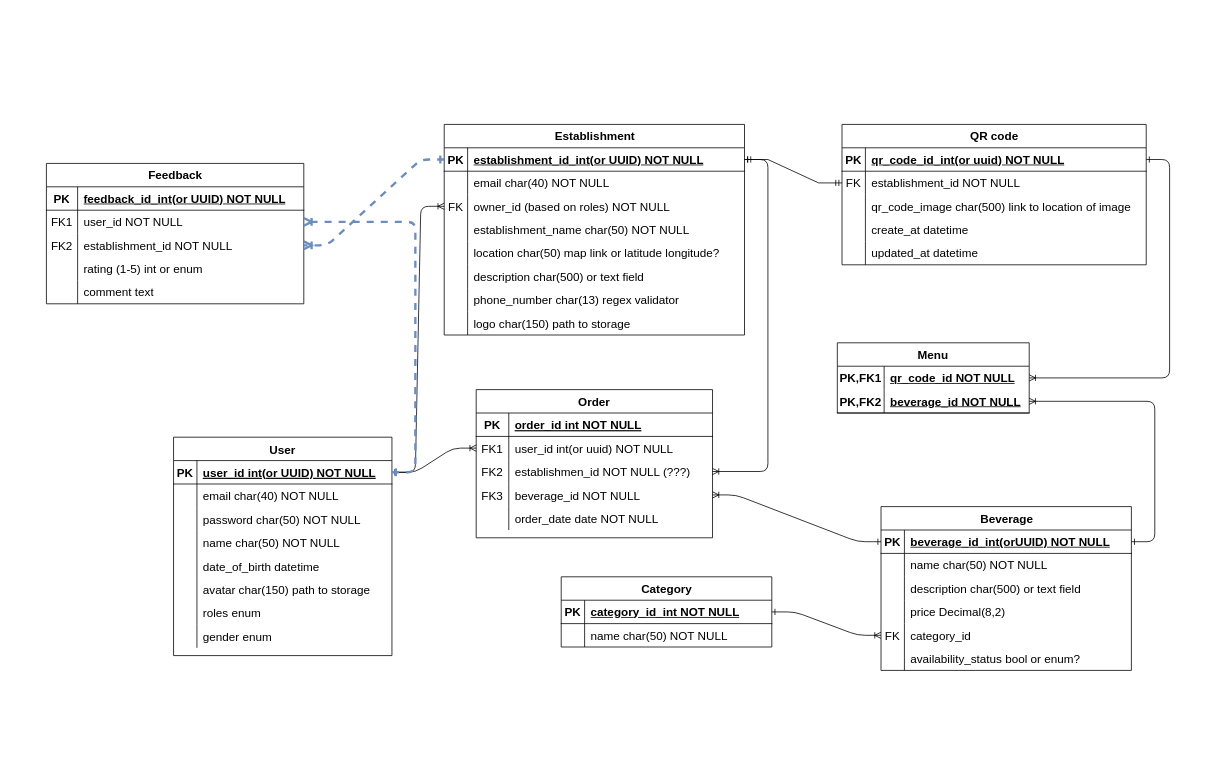
The draw.io diagram entities.drawio in Reviro-Spring-TechStart2024-T1/backend, before the edit. Source tidied: cells renumbered, new cells numbered last; positions are measured from the earlier drawing's top-left corner, leaving out a move shared by most shapes. Both pictures are drawn from the tidied source at 78%, with x=0, y=0 at pixel (46, 124).
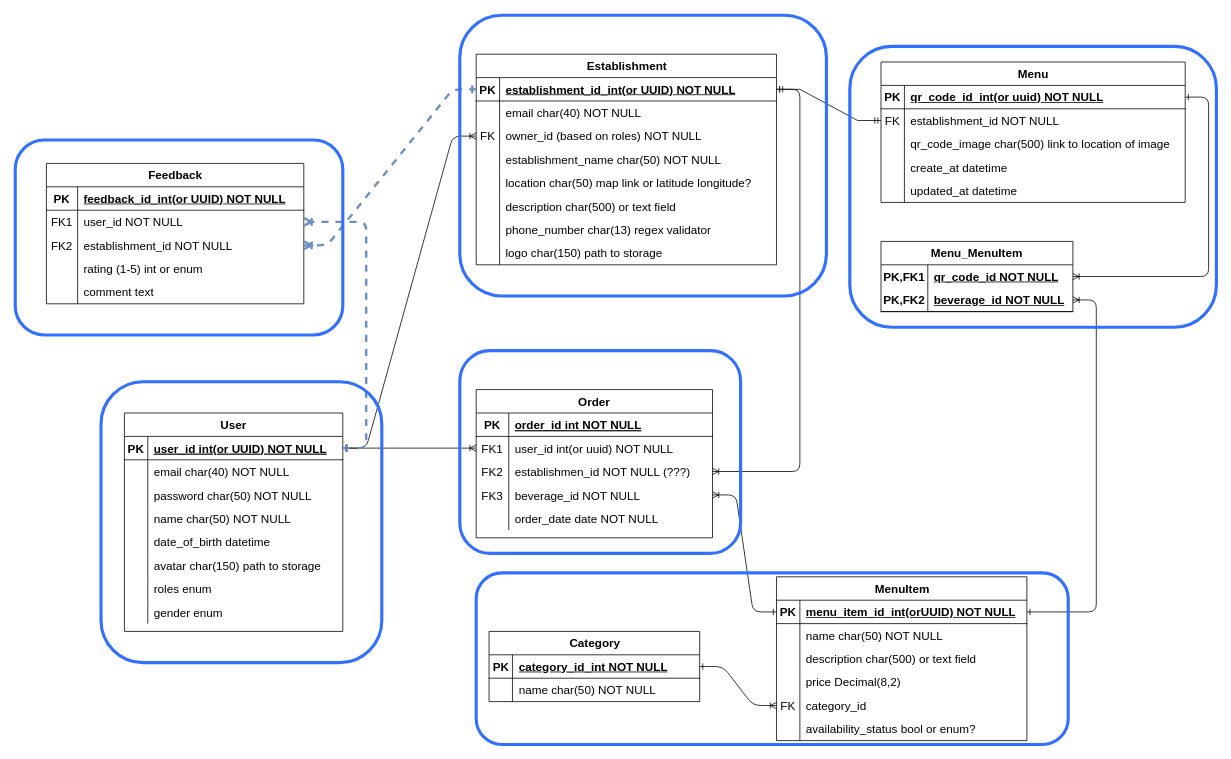
The same diagram, later.

Unchanged cells that the change refers to:
```xml
<mxCell id="71" style="shape=tableRow;horizontal=0;startSize=0;swimlaneHead=0;swimlaneBody=0;fillColor=none;points=[[0,0.5],[1,0.5]];portConstraint=eastwest;top=0;left=0;right=0;bottom=1;fontSize=15;" parent="70" vertex="1">
  <mxGeometry y="30" width="321" height="30" as="geometry" />
</mxCell>
```

The edit, as a diff of the source:
```diff
@@
     <mxCell id="20" value="User" style="shape=table;startSize=30;childLayout=tableLayout;rowLines=0;fontStyle=1;align=center;fontSize=15;" parent="1" vertex="1">
-      <mxGeometry x="163" y="401" width="280" height="280" as="geometry" />
+      <mxGeometry x="100" y="370" width="280" height="280" as="geometry" />
     </mxCell>
@@
     <mxCell id="45" value="Establishment" style="shape=table;startSize=30;childLayout=tableLayout;rowLines=0;fontStyle=1;align=center;html=1;fontSize=15;" parent="1" vertex="1">
-      <mxGeometry x="510" width="385" height="270" as="geometry" />
+      <mxGeometry x="551" y="-90" width="385" height="270" as="geometry" />
     </mxCell>
@@
-    <mxCell id="70" value="Beverage" style="shape=table;startSize=30;childLayout=tableLayout;rowLines=0;fontStyle=1;align=center;html=1;fontSize=15;" parent="1" vertex="1">
-      <mxGeometry x="1070" y="490" width="321" height="210" as="geometry" />
+    <mxCell id="70" value="MenuItem" style="shape=table;startSize=30;childLayout=tableLayout;rowLines=0;fontStyle=1;align=center;html=1;fontSize=15;" parent="1" vertex="1">
+      <mxGeometry x="936" y="580" width="321" height="210" as="geometry" />
     </mxCell>
@@
-    <mxCell id="73" value="beverage_id_int(orUUID) NOT NULL" style="shape=partialRectangle;fillColor=none;top=0;left=0;bottom=0;right=0;align=left;spacingLeft=6;fontStyle=5;overflow=hidden;whiteSpace=wrap;html=1;fontSize=15;" parent="71" vertex="1">
+    <mxCell id="73" value="menu_item_id_int(orUUID) NOT NULL" style="shape=partialRectangle;fillColor=none;top=0;left=0;bottom=0;right=0;align=left;spacingLeft=6;fontStyle=5;overflow=hidden;whiteSpace=wrap;html=1;fontSize=15;" parent="71" vertex="1">
       <mxGeometry x="30" width="291" height="30" as="geometry" />
     </mxCell>
@@
-    <mxCell id="90" value="QR code" style="shape=table;startSize=30;childLayout=tableLayout;rowLines=0;fontStyle=1;align=center;html=1;fontSize=15;" parent="1" vertex="1">
-      <mxGeometry x="1020" width="390" height="180" as="geometry" />
+    <mxCell id="90" value="Menu" style="shape=table;startSize=30;childLayout=tableLayout;rowLines=0;fontStyle=1;align=center;html=1;fontSize=15;" parent="1" vertex="1">
+      <mxGeometry x="1070" y="-80" width="390" height="180" as="geometry" />
     </mxCell>
@@
-    <mxCell id="108" value="Menu" style="shape=table;startSize=30;childLayout=tableLayout;rowLines=0;fontStyle=1;align=center;html=1;whiteSpace=wrap;fontSize=15;" parent="1" vertex="1">
-      <mxGeometry x="1014" y="280" width="246" height="90" as="geometry" />
+    <mxCell id="108" value="Menu_MenuItem" style="shape=table;startSize=30;childLayout=tableLayout;rowLines=0;fontStyle=1;align=center;html=1;whiteSpace=wrap;fontSize=15;" parent="1" vertex="1">
+      <mxGeometry x="1070" y="150" width="246" height="90" as="geometry" />
     </mxCell>
@@
     <mxCell id="135" value="Category" style="shape=table;startSize=30;childLayout=tableLayout;rowLines=0;fontStyle=1;align=center;html=1;fontSize=15;" parent="1" vertex="1">
-      <mxGeometry x="660" y="580" width="270" height="90" as="geometry" />
+      <mxGeometry x="567.5" y="650" width="270" height="90" as="geometry" />
     </mxCell>
@@
+    <mxCell id="143" style="rounded=1;whiteSpace=wrap;html=1;glass=1;fillColor=none;strokeColor=#3370FF;strokeWidth=4;" parent="1" vertex="1">
+      <mxGeometry x="-40" y="20" width="420" height="250" as="geometry" />
+    </mxCell>
+    <mxCell id="144" style="rounded=1;whiteSpace=wrap;html=1;glass=1;fillColor=none;strokeColor=#3370FF;strokeWidth=4;" parent="1" vertex="1">
+      <mxGeometry x="70" y="330" width="360" height="360" as="geometry" />
+    </mxCell>
+    <mxCell id="145" style="rounded=1;whiteSpace=wrap;html=1;glass=1;fillColor=none;strokeColor=#3370FF;strokeWidth=4;" parent="1" vertex="1">
+      <mxGeometry x="530" y="290" width="360" height="260" as="geometry" />
+    </mxCell>
+    <mxCell id="146" style="rounded=1;whiteSpace=wrap;html=1;glass=1;fillColor=none;strokeColor=#3370FF;strokeWidth=4;" parent="1" vertex="1">
+      <mxGeometry x="551" y="575" width="759" height="220" as="geometry" />
+    </mxCell>
+    <mxCell id="147" style="rounded=1;whiteSpace=wrap;html=1;glass=1;fillColor=none;strokeColor=#3370FF;strokeWidth=4;" parent="1" vertex="1">
+      <mxGeometry x="530" y="-140" width="470" height="360" as="geometry" />
+    </mxCell>
+    <mxCell id="148" style="rounded=1;whiteSpace=wrap;html=1;glass=1;fillColor=none;strokeColor=#3370FF;strokeWidth=4;" parent="1" vertex="1">
+      <mxGeometry x="1030" y="-100" width="470" height="360" as="geometry" />
+    </mxCell>
```
